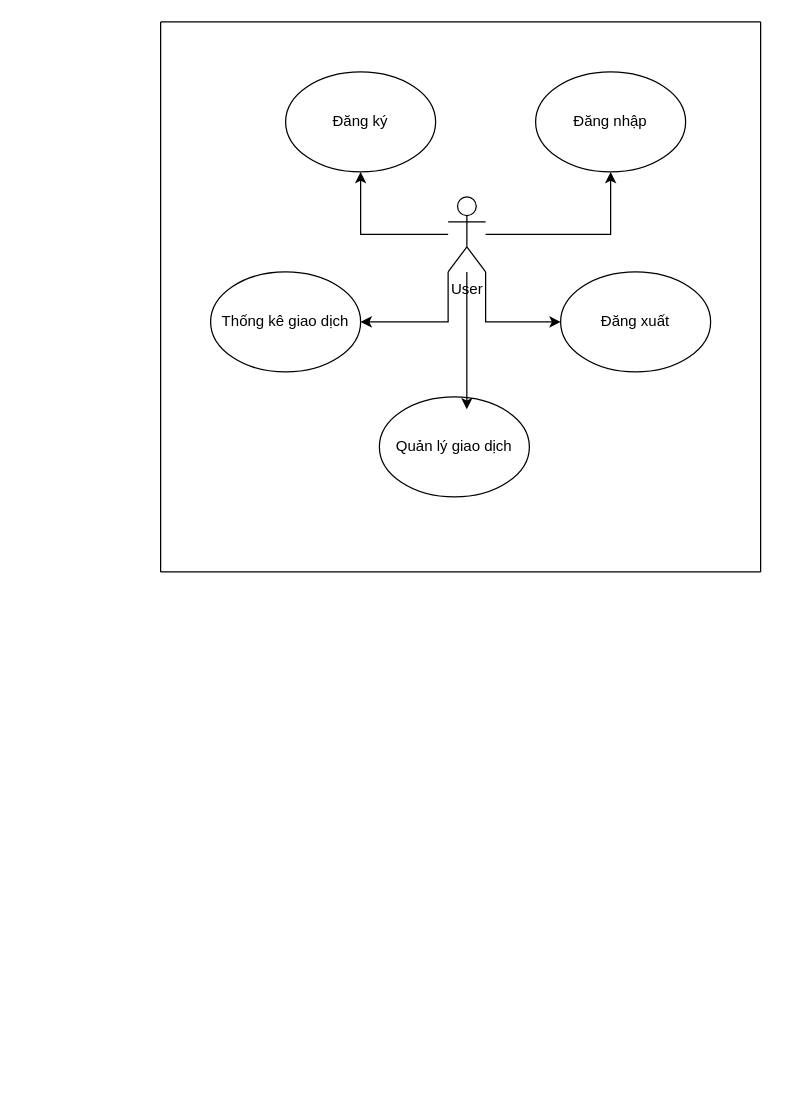
The draw.io diagram user smart-wallet.drawio in leehoang21/uml, before the edit. Source tidied: cells renumbered, new cells numbered last; positions are measured from the earlier drawing's top-left corner, leaving out a move shared by most shapes. Both pictures are drawn from the tidied source at 125%, with x=0, y=0 at pixel (160, 21).
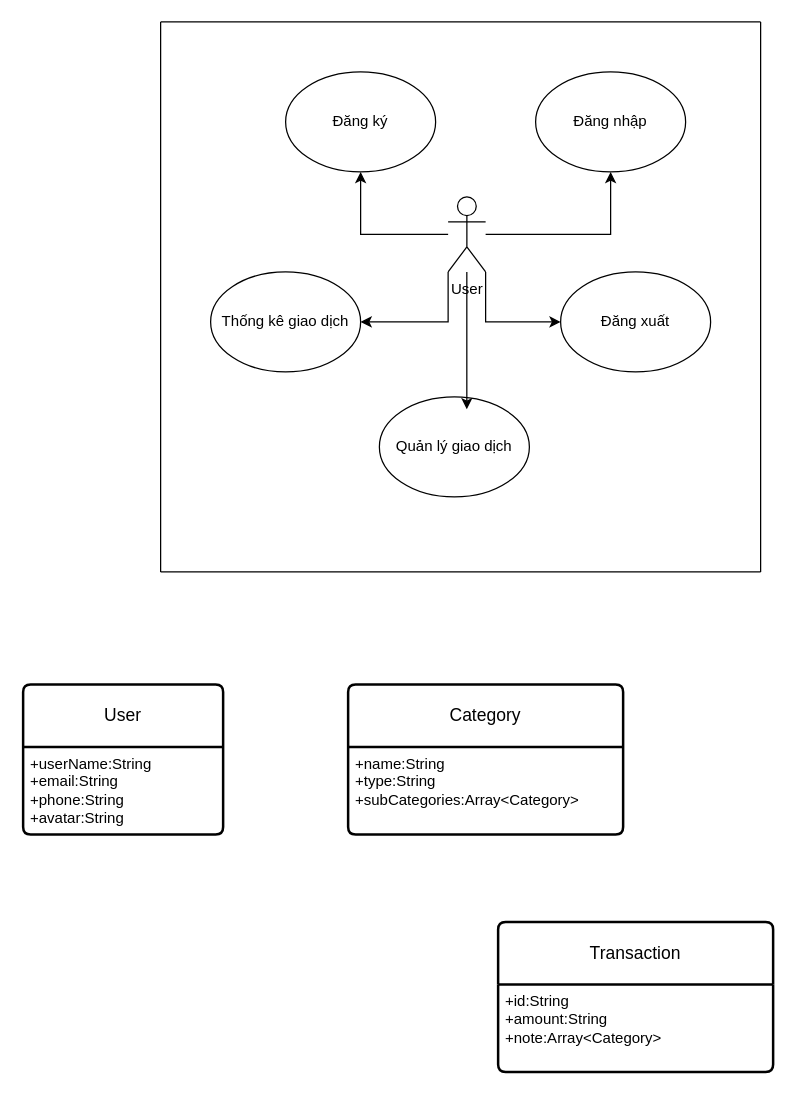
The same page after the edit.

What changed in the source:
```diff
@@
+    <mxCell id="18" value="User" style="swimlane;horizontal=1;startSize=50;rounded=1;fontSize=14;fontStyle=0;strokeWidth=2;shadow=0;dashed=0;align=center;arcSize=4;whiteSpace=wrap;html=1;" parent="1" vertex="1">
+      <mxGeometry x="-110" y="530" width="160" height="120" as="geometry" />
+    </mxCell>
+    <mxCell id="19" value="+userName:String&lt;br&gt;+email:String&lt;br&gt;+phone:String&lt;br&gt;+avatar:String" style="align=left;strokeColor=none;fillColor=none;spacingLeft=4;fontSize=12;verticalAlign=top;html=1;" parent="18" vertex="1">
+      <mxGeometry y="50" width="160" height="70" as="geometry" />
+    </mxCell>
+    <mxCell id="20" value="Category" style="swimlane;horizontal=1;startSize=50;rounded=1;fontSize=14;fontStyle=0;strokeWidth=2;shadow=0;dashed=0;align=center;arcSize=4;whiteSpace=wrap;html=1;" parent="1" vertex="1">
+      <mxGeometry x="150" y="530" width="220" height="120" as="geometry" />
+    </mxCell>
+    <mxCell id="21" value="+name:String&lt;br&gt;+type:String&lt;br&gt;+subCategories:Array&amp;lt;Category&amp;gt;" style="align=left;strokeColor=none;fillColor=none;spacingLeft=4;fontSize=12;verticalAlign=top;html=1;" parent="20" vertex="1">
+      <mxGeometry y="50" width="220" height="70" as="geometry" />
+    </mxCell>
+    <mxCell id="22" value="Transaction" style="swimlane;horizontal=1;startSize=50;rounded=1;fontSize=14;fontStyle=0;strokeWidth=2;shadow=0;dashed=0;align=center;arcSize=4;whiteSpace=wrap;html=1;" parent="1" vertex="1">
+      <mxGeometry x="270" y="720" width="220" height="120" as="geometry" />
+    </mxCell>
+    <mxCell id="23" value="+id:String&lt;br&gt;+amount:String&lt;br&gt;+note:Array&amp;lt;Category&amp;gt;" style="align=left;strokeColor=none;fillColor=none;spacingLeft=4;fontSize=12;verticalAlign=top;html=1;" parent="22" vertex="1">
+      <mxGeometry y="50" width="220" height="70" as="geometry" />
+    </mxCell>
```
